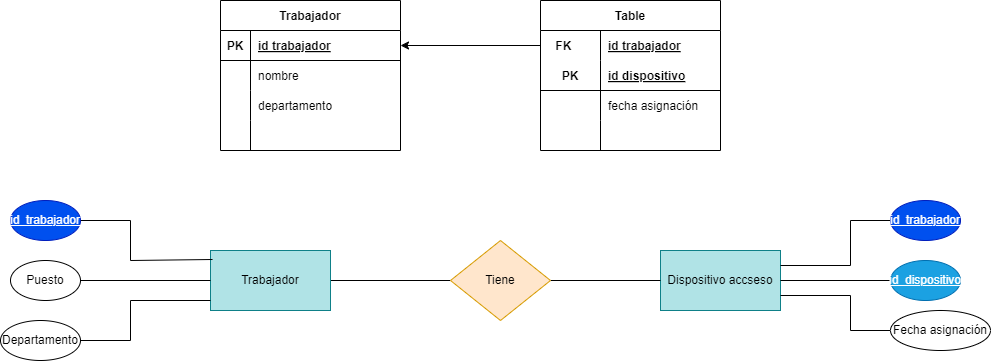
This is Tareas/Unidad2/ejercicio2.2.drawio.png from WhiteCascade/BAE, a draw.io export, as it was before one commit. Source tidied: cells renumbered, new cells last; positions are measured from the earlier drawing's top-left corner, leaving out a move shared by most shapes. Its diagram source:
```xml
<mxGraphModel>
  <root>
    <mxCell id="0" />
    <mxCell id="1" parent="0" />
    <mxCell id="2" value="Trabajador" style="shape=table;startSize=30;rowLines=0;fontStyle=1;align=center;" parent="1" vertex="1">
      <mxGeometry x="220" width="180" height="150" as="geometry" />
    </mxCell>
    <mxCell id="3" style="shape=tableRow;horizontal=0;startSize=0;swimlaneHead=0;swimlaneBody=0;fillColor=none;points=[[0,0.5],[1,0.5]];portConstraint=eastwest;top=0;left=0;right=0;bottom=1;" parent="2" vertex="1">
      <mxGeometry y="30" width="180" height="30" as="geometry" />
    </mxCell>
    <mxCell id="4" value="PK" style="shape=partialRectangle;fillColor=none;top=0;left=0;bottom=0;right=0;fontStyle=1;overflow=hidden;" parent="3" vertex="1">
      <mxGeometry width="30" height="30" as="geometry" />
    </mxCell>
    <mxCell id="5" value="id trabajador" style="shape=partialRectangle;fillColor=none;top=0;left=0;bottom=0;right=0;align=left;spacingLeft=6;fontStyle=5;overflow=hidden;" parent="3" vertex="1">
      <mxGeometry x="30" width="150" height="30" as="geometry" />
    </mxCell>
    <mxCell id="6" style="shape=tableRow;horizontal=0;startSize=0;swimlaneHead=0;swimlaneBody=0;fillColor=none;top=0;left=0;right=0;bottom=0;" parent="2" vertex="1">
      <mxGeometry y="60" width="180" height="30" as="geometry" />
    </mxCell>
    <mxCell id="7" style="shape=partialRectangle;fillColor=none;top=0;left=0;bottom=0;right=0;overflow=hidden;" parent="6" vertex="1">
      <mxGeometry width="30" height="30" as="geometry" />
    </mxCell>
    <mxCell id="8" value="nombre" style="shape=partialRectangle;fillColor=none;top=0;left=0;bottom=0;right=0;align=left;spacingLeft=6;overflow=hidden;" parent="6" vertex="1">
      <mxGeometry x="30" width="150" height="30" as="geometry" />
    </mxCell>
    <mxCell id="9" style="shape=tableRow;horizontal=0;startSize=0;swimlaneHead=0;swimlaneBody=0;fillColor=none;top=0;left=0;right=0;bottom=0;" parent="2" vertex="1">
      <mxGeometry y="90" width="180" height="30" as="geometry" />
    </mxCell>
    <mxCell id="10" style="shape=partialRectangle;fillColor=none;top=0;left=0;bottom=0;right=0;overflow=hidden;" parent="9" vertex="1">
      <mxGeometry width="30" height="30" as="geometry" />
    </mxCell>
    <mxCell id="11" value="departamento" style="shape=partialRectangle;fillColor=none;top=0;left=0;bottom=0;right=0;align=left;spacingLeft=6;overflow=hidden;" parent="9" vertex="1">
      <mxGeometry x="30" width="150" height="30" as="geometry" />
    </mxCell>
    <mxCell id="12" style="shape=tableRow;horizontal=0;startSize=0;swimlaneHead=0;swimlaneBody=0;fillColor=none;top=0;left=0;right=0;bottom=0;" parent="2" vertex="1">
      <mxGeometry y="120" width="180" height="30" as="geometry" />
    </mxCell>
    <mxCell id="13" style="shape=partialRectangle;fillColor=none;top=0;left=0;bottom=0;right=0;overflow=hidden;" parent="12" vertex="1">
      <mxGeometry width="30" height="30" as="geometry" />
    </mxCell>
    <mxCell id="14" style="shape=partialRectangle;fillColor=none;top=0;left=0;bottom=0;right=0;align=left;spacingLeft=6;overflow=hidden;" parent="12" vertex="1">
      <mxGeometry x="30" width="150" height="30" as="geometry" />
    </mxCell>
    <mxCell id="15" value="Table" style="shape=table;startSize=30;rowLines=0;fontStyle=1;align=center;" parent="1" vertex="1">
      <mxGeometry x="540" width="180" height="150" as="geometry" />
    </mxCell>
    <mxCell id="16" style="shape=tableRow;horizontal=0;startSize=0;swimlaneHead=0;swimlaneBody=0;fillColor=none;points=[[0,0.5],[1,0.5]];portConstraint=eastwest;top=0;left=0;right=0;bottom=0;" parent="15" vertex="1">
      <mxGeometry y="30" width="180" height="30" as="geometry" />
    </mxCell>
    <mxCell id="17" value="FK    " style="shape=partialRectangle;fillColor=none;top=0;left=0;bottom=0;right=0;fontStyle=1;overflow=hidden;" parent="16" vertex="1">
      <mxGeometry width="60" height="30" as="geometry" />
    </mxCell>
    <mxCell id="18" value="id trabajador" style="shape=partialRectangle;fillColor=none;top=0;left=0;bottom=0;right=0;align=left;spacingLeft=6;fontStyle=5;overflow=hidden;" parent="16" vertex="1">
      <mxGeometry x="60" width="120" height="30" as="geometry" />
    </mxCell>
    <mxCell id="19" style="shape=tableRow;horizontal=0;startSize=0;swimlaneHead=0;swimlaneBody=0;fillColor=none;top=0;left=0;right=0;bottom=1;" parent="15" vertex="1">
      <mxGeometry y="60" width="180" height="30" as="geometry" />
    </mxCell>
    <mxCell id="20" value="PK" style="shape=partialRectangle;fillColor=none;top=0;left=0;bottom=0;right=0;fontStyle=1;overflow=hidden;" parent="19" vertex="1">
      <mxGeometry width="60" height="30" as="geometry" />
    </mxCell>
    <mxCell id="21" value="id dispositivo" style="shape=partialRectangle;fillColor=none;top=0;left=0;bottom=0;right=0;align=left;spacingLeft=6;fontStyle=5;overflow=hidden;" parent="19" vertex="1">
      <mxGeometry x="60" width="120" height="30" as="geometry" />
    </mxCell>
    <mxCell id="22" style="shape=tableRow;horizontal=0;startSize=0;swimlaneHead=0;swimlaneBody=0;fillColor=none;top=0;left=0;right=0;bottom=0;" parent="15" vertex="1">
      <mxGeometry y="90" width="180" height="30" as="geometry" />
    </mxCell>
    <mxCell id="23" style="shape=partialRectangle;fillColor=none;top=0;left=0;bottom=0;right=0;overflow=hidden;" parent="22" vertex="1">
      <mxGeometry width="60" height="30" as="geometry" />
    </mxCell>
    <mxCell id="24" value="fecha asignación" style="shape=partialRectangle;fillColor=none;top=0;left=0;bottom=0;right=0;align=left;spacingLeft=6;overflow=hidden;" parent="22" vertex="1">
      <mxGeometry x="60" width="120" height="30" as="geometry" />
    </mxCell>
    <mxCell id="25" style="shape=tableRow;horizontal=0;startSize=0;swimlaneHead=0;swimlaneBody=0;fillColor=none;top=0;left=0;right=0;bottom=0;" parent="15" vertex="1">
      <mxGeometry y="120" width="180" height="30" as="geometry" />
    </mxCell>
    <mxCell id="26" style="shape=partialRectangle;fillColor=none;top=0;left=0;bottom=0;right=0;overflow=hidden;" parent="25" vertex="1">
      <mxGeometry width="60" height="30" as="geometry" />
    </mxCell>
    <mxCell id="27" style="shape=partialRectangle;fillColor=none;top=0;left=0;bottom=0;right=0;align=left;spacingLeft=6;overflow=hidden;" parent="25" vertex="1">
      <mxGeometry x="60" width="120" height="30" as="geometry" />
    </mxCell>
    <mxCell id="28" style="edgeStyle=none;html=1;exitX=0;exitY=0.5;exitDx=0;exitDy=0;" parent="1" edge="1" source="16" target="3">
      <mxGeometry relative="1" as="geometry" />
    </mxCell>
    <mxCell id="29" style="edgeStyle=none;html=1;entryX=0;entryY=0.5;entryDx=0;entryDy=0;endArrow=none;endFill=0;" parent="1" edge="1" source="30" target="33">
      <mxGeometry relative="1" as="geometry" />
    </mxCell>
    <mxCell id="30" value="Trabajador" style="rounded=0;whiteSpace=wrap;html=1;fillColor=#b0e3e6;strokeColor=#0e8088;" parent="1" vertex="1">
      <mxGeometry x="210" y="250" width="120" height="60" as="geometry" />
    </mxCell>
    <mxCell id="31" value="Dispositivo accseso" style="rounded=0;whiteSpace=wrap;html=1;fillColor=#b0e3e6;strokeColor=#0e8088;" parent="1" vertex="1">
      <mxGeometry x="660" y="250" width="120" height="60" as="geometry" />
    </mxCell>
    <mxCell id="32" style="edgeStyle=none;html=1;endArrow=none;endFill=0;" parent="1" edge="1" source="33" target="31">
      <mxGeometry relative="1" as="geometry" />
    </mxCell>
    <mxCell id="33" value="Tiene" style="rhombus;whiteSpace=wrap;html=1;fillColor=#ffe6cc;strokeColor=#d79b00;" parent="1" vertex="1">
      <mxGeometry x="450" y="240" width="100" height="80" as="geometry" />
    </mxCell>
    <mxCell id="34" style="edgeStyle=none;html=1;entryX=0.017;entryY=0.15;entryDx=0;entryDy=0;endArrow=none;endFill=0;entryPerimeter=0;strokeColor=default;rounded=0;" parent="1" edge="1" source="35" target="30">
      <mxGeometry relative="1" as="geometry">
        <Array as="points">
          <mxPoint x="130" y="220" />
          <mxPoint x="130" y="260" />
        </Array>
      </mxGeometry>
    </mxCell>
    <mxCell id="35" value="&lt;u&gt;id_trabajador &lt;/u&gt;" style="ellipse;whiteSpace=wrap;html=1;fillColor=#0050ef;fontColor=#ffffff;strokeColor=#001DBC;" parent="1" vertex="1">
      <mxGeometry x="10" y="200" width="70" height="40" as="geometry" />
    </mxCell>
    <mxCell id="36" style="edgeStyle=none;html=1;entryX=0;entryY=0.5;entryDx=0;entryDy=0;endArrow=none;endFill=0;" parent="1" edge="1" source="37" target="30">
      <mxGeometry relative="1" as="geometry" />
    </mxCell>
    <mxCell id="37" value="Puesto" style="ellipse;whiteSpace=wrap;html=1;" parent="1" vertex="1">
      <mxGeometry x="10" y="260" width="70" height="40" as="geometry" />
    </mxCell>
    <mxCell id="38" style="edgeStyle=none;html=1;exitX=1;exitY=0.5;exitDx=0;exitDy=0;endArrow=none;endFill=0;rounded=0;" parent="1" edge="1" source="39">
      <mxGeometry relative="1" as="geometry">
        <mxPoint x="210" y="300" as="targetPoint" />
        <Array as="points">
          <mxPoint x="130" y="340" />
          <mxPoint x="130" y="300" />
        </Array>
      </mxGeometry>
    </mxCell>
    <mxCell id="39" value="Departamento" style="ellipse;whiteSpace=wrap;html=1;" parent="1" vertex="1">
      <mxGeometry y="320" width="80" height="40" as="geometry" />
    </mxCell>
    <mxCell id="40" style="edgeStyle=none;html=1;entryX=1;entryY=0.25;entryDx=0;entryDy=0;endArrow=none;endFill=0;rounded=0;" parent="1" edge="1" source="41" target="31">
      <mxGeometry relative="1" as="geometry">
        <Array as="points">
          <mxPoint x="850" y="220" />
          <mxPoint x="850" y="265" />
        </Array>
      </mxGeometry>
    </mxCell>
    <mxCell id="41" value="&lt;u&gt;id_trabajador &lt;/u&gt;" style="ellipse;whiteSpace=wrap;html=1;fillColor=#0050ef;fontColor=#ffffff;strokeColor=#001DBC;" parent="1" vertex="1">
      <mxGeometry x="890" y="200" width="70" height="40" as="geometry" />
    </mxCell>
    <mxCell id="42" style="edgeStyle=none;html=1;entryX=1;entryY=0.5;entryDx=0;entryDy=0;endArrow=none;endFill=0;" parent="1" edge="1" source="43" target="31">
      <mxGeometry relative="1" as="geometry" />
    </mxCell>
    <mxCell id="43" value="&lt;u&gt;id_dispositivo&lt;/u&gt;" style="ellipse;whiteSpace=wrap;html=1;fillColor=#1ba1e2;fontColor=#ffffff;strokeColor=#006EAF;" parent="1" vertex="1">
      <mxGeometry x="890" y="260" width="70" height="40" as="geometry" />
    </mxCell>
    <mxCell id="44" style="edgeStyle=none;html=1;entryX=1;entryY=0.75;entryDx=0;entryDy=0;endArrow=none;endFill=0;rounded=0;" parent="1" edge="1" source="45" target="31">
      <mxGeometry relative="1" as="geometry">
        <Array as="points">
          <mxPoint x="850" y="330" />
          <mxPoint x="850" y="295" />
        </Array>
      </mxGeometry>
    </mxCell>
    <mxCell id="45" value="Fecha asignación" style="ellipse;whiteSpace=wrap;html=1;" parent="1" vertex="1">
      <mxGeometry x="890" y="310" width="100" height="40" as="geometry" />
    </mxCell>
  </root>
</mxGraphModel>
```
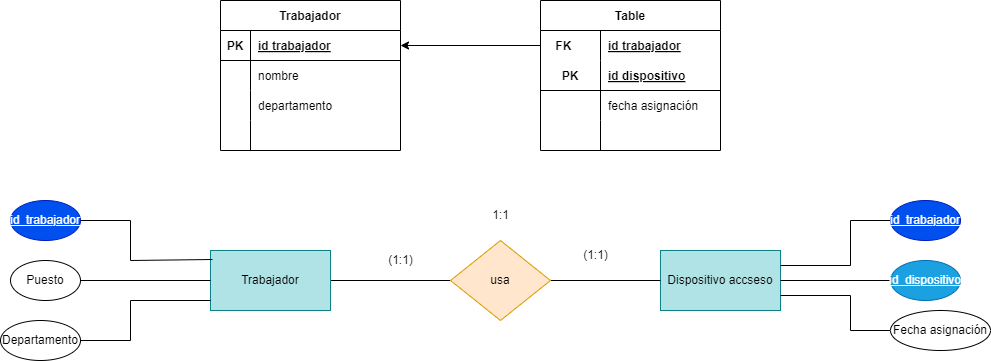
The same file after the commit.

Diff of the diagram source:
```diff
@@ -95,7 +95,7 @@
     <mxCell id="32" style="edgeStyle=none;html=1;endArrow=none;endFill=0;" parent="1" edge="1" source="33" target="31">
       <mxGeometry relative="1" as="geometry" />
     </mxCell>
-    <mxCell id="33" value="Tiene" style="rhombus;whiteSpace=wrap;html=1;fillColor=#ffe6cc;strokeColor=#d79b00;" parent="1" vertex="1">
+    <mxCell id="33" value="usa" style="rhombus;whiteSpace=wrap;html=1;fillColor=#ffe6cc;strokeColor=#d79b00;" parent="1" vertex="1">
       <mxGeometry x="450" y="240" width="100" height="80" as="geometry" />
     </mxCell>
     <mxCell id="34" style="edgeStyle=none;html=1;entryX=0.017;entryY=0.15;entryDx=0;entryDy=0;endArrow=none;endFill=0;entryPerimeter=0;strokeColor=default;rounded=0;" parent="1" edge="1" source="35" target="30">
@@ -155,5 +155,14 @@
     <mxCell id="45" value="Fecha asignación" style="ellipse;whiteSpace=wrap;html=1;" parent="1" vertex="1">
       <mxGeometry x="890" y="310" width="100" height="40" as="geometry" />
     </mxCell>
+    <mxCell id="46" value="(1:1)" style="text;html=1;align=center;verticalAlign=middle;strokeColor=none;fillColor=none;" parent="1" vertex="1">
+      <mxGeometry x="375" y="245" width="50" height="30" as="geometry" />
+    </mxCell>
+    <mxCell id="47" value="(1:1)" style="text;html=1;align=center;verticalAlign=middle;strokeColor=none;fillColor=none;" parent="1" vertex="1">
+      <mxGeometry x="570" y="240" width="50" height="30" as="geometry" />
+    </mxCell>
+    <mxCell id="48" value="1:1" style="text;html=1;align=center;verticalAlign=middle;strokeColor=none;fillColor=none;" parent="1" vertex="1">
+      <mxGeometry x="480" y="200" width="40" height="30" as="geometry" />
+    </mxCell>
   </root>
 </mxGraphModel>
```
